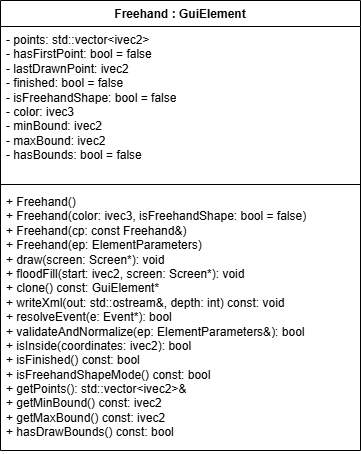
Above: images/Freehand_UML.png in cgreen2048/ArtHuddle (draw.io), before the change. Source tidied: cells renumbered, new cells last; positions are measured from the earlier drawing's top-left corner, leaving out a move shared by most shapes.
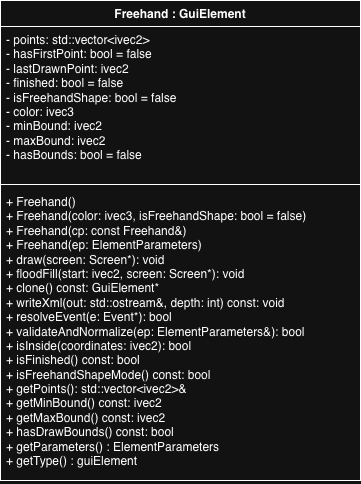
Above is the later version.

Change to the diagram source:
```diff
@@ -3,7 +3,7 @@
     <mxCell id="0" />
     <mxCell id="1" parent="0" />
     <mxCell id="2" value="Freehand : GuiElement" style="swimlane;fontStyle=1;align=center;verticalAlign=top;horizontal=1;startSize=26;whiteSpace=wrap;html=1;" parent="1" vertex="1">
-      <mxGeometry width="360" height="450" as="geometry" />
+      <mxGeometry width="360" height="480" as="geometry" />
     </mxCell>
     <mxCell id="3" value="- points: std::vector&amp;lt;ivec2&amp;gt;&lt;div&gt;- hasFirstPoint: bool = false&lt;/div&gt;&lt;div&gt;- lastDrawnPoint: ivec2&lt;/div&gt;&lt;div&gt;- finished: bool = false&lt;/div&gt;&lt;div&gt;- isFreehandShape: bool = false&lt;/div&gt;&lt;div&gt;- color: ivec3&lt;/div&gt;&lt;div&gt;- minBound: ivec2&lt;/div&gt;&lt;div&gt;- maxBound: ivec2&lt;/div&gt;&lt;div&gt;- hasBounds: bool = false&lt;/div&gt;" style="text;strokeColor=none;fillColor=none;align=left;verticalAlign=top;spacingLeft=4;spacingRight=4;overflow=hidden;whiteSpace=wrap;html=1;" parent="2" vertex="1">
       <mxGeometry y="26" width="360" height="154" as="geometry" />
@@ -11,8 +11,8 @@
     <mxCell id="4" style="line;strokeWidth=1;fillColor=none;align=left;verticalAlign=middle;spacingTop=-1;spacingLeft=3;spacingRight=3;labelPosition=right;strokeColor=inherit;" parent="2" vertex="1">
       <mxGeometry y="180" width="360" height="8" as="geometry" />
     </mxCell>
-    <mxCell id="5" value="+ Freehand()&lt;div&gt;+ Freehand(color: ivec3, isFreehandShape: bool = false)&lt;/div&gt;&lt;div&gt;+ Freehand(cp: const Freehand&amp;amp;)&lt;/div&gt;&lt;div&gt;+ Freehand(ep: ElementParameters)&lt;/div&gt;&lt;div&gt;+ draw(screen: Screen*): void&lt;/div&gt;&lt;div&gt;+ floodFill(start: ivec2, screen: Screen*): void&lt;/div&gt;&lt;div&gt;+ clone() const: GuiElement*&lt;/div&gt;&lt;div&gt;+ writeXml(out:&amp;nbsp;&lt;span style=&quot;background-color: transparent; color: light-dark(rgb(0, 0, 0), rgb(255, 255, 255));&quot;&gt;std::ostream&amp;amp;&lt;/span&gt;&lt;span style=&quot;background-color: transparent; color: light-dark(rgb(0, 0, 0), rgb(255, 255, 255));&quot;&gt;, depth: int) const: void&lt;/span&gt;&lt;/div&gt;&lt;div&gt;+ resolveEvent(e: Event*): bool&lt;/div&gt;&lt;div&gt;+ validateAndNormalize(ep:&amp;nbsp;&lt;span style=&quot;background-color: transparent; color: light-dark(rgb(0, 0, 0), rgb(255, 255, 255));&quot;&gt;ElementParameters&amp;amp;&lt;/span&gt;&lt;span style=&quot;background-color: transparent; color: light-dark(rgb(0, 0, 0), rgb(255, 255, 255));&quot;&gt;): bool&lt;/span&gt;&lt;/div&gt;&lt;div&gt;+ isInside(coordinates: ivec2): bool&lt;/div&gt;&lt;div&gt;+ isFinished() const: bool&lt;/div&gt;&lt;div&gt;+ isFreehandShapeMode() const: bool&lt;/div&gt;&lt;div&gt;+ getPoints(): std::vector&amp;lt;ivec2&amp;gt;&amp;amp;&lt;/div&gt;&lt;div&gt;+ getMinBound() const: ivec2&lt;/div&gt;&lt;div&gt;+ getMaxBound() const: ivec2&lt;/div&gt;&lt;div&gt;+ hasDrawBounds() const: bool&lt;/div&gt;" style="text;strokeColor=none;fillColor=none;align=left;verticalAlign=top;spacingLeft=4;spacingRight=4;overflow=hidden;whiteSpace=wrap;html=1;" parent="2" vertex="1">
-      <mxGeometry y="188" width="360" height="262" as="geometry" />
+    <mxCell id="5" value="+ Freehand()&lt;div&gt;+ Freehand(color: ivec3, isFreehandShape: bool = false)&lt;/div&gt;&lt;div&gt;+ Freehand(cp: const Freehand&amp;amp;)&lt;/div&gt;&lt;div&gt;+ Freehand(ep: ElementParameters)&lt;/div&gt;&lt;div&gt;+ draw(screen: Screen*): void&lt;/div&gt;&lt;div&gt;+ floodFill(start: ivec2, screen: Screen*): void&lt;/div&gt;&lt;div&gt;+ clone() const: GuiElement*&lt;/div&gt;&lt;div&gt;+ writeXml(out:&amp;nbsp;&lt;span style=&quot;background-color: transparent; color: light-dark(rgb(0, 0, 0), rgb(255, 255, 255));&quot;&gt;std::ostream&amp;amp;&lt;/span&gt;&lt;span style=&quot;background-color: transparent; color: light-dark(rgb(0, 0, 0), rgb(255, 255, 255));&quot;&gt;, depth: int) const: void&lt;/span&gt;&lt;/div&gt;&lt;div&gt;+ resolveEvent(e: Event*): bool&lt;/div&gt;&lt;div&gt;+ validateAndNormalize(ep:&amp;nbsp;&lt;span style=&quot;background-color: transparent; color: light-dark(rgb(0, 0, 0), rgb(255, 255, 255));&quot;&gt;ElementParameters&amp;amp;&lt;/span&gt;&lt;span style=&quot;background-color: transparent; color: light-dark(rgb(0, 0, 0), rgb(255, 255, 255));&quot;&gt;): bool&lt;/span&gt;&lt;/div&gt;&lt;div&gt;+ isInside(coordinates: ivec2): bool&lt;/div&gt;&lt;div&gt;+ isFinished() const: bool&lt;/div&gt;&lt;div&gt;+ isFreehandShapeMode() const: bool&lt;/div&gt;&lt;div&gt;+ getPoints(): std::vector&amp;lt;ivec2&amp;gt;&amp;amp;&lt;/div&gt;&lt;div&gt;+ getMinBound() const: ivec2&lt;/div&gt;&lt;div&gt;+ getMaxBound() const: ivec2&lt;/div&gt;&lt;div&gt;+ hasDrawBounds() const: bool&lt;/div&gt;&lt;div&gt;+ getParameters() : ElementParameters&lt;/div&gt;&lt;div&gt;+ getType() : guiElement&lt;/div&gt;" style="text;strokeColor=none;fillColor=none;align=left;verticalAlign=top;spacingLeft=4;spacingRight=4;overflow=hidden;whiteSpace=wrap;html=1;" parent="2" vertex="1">
+      <mxGeometry y="188" width="360" height="292" as="geometry" />
     </mxCell>
   </root>
 </mxGraphModel>
```
